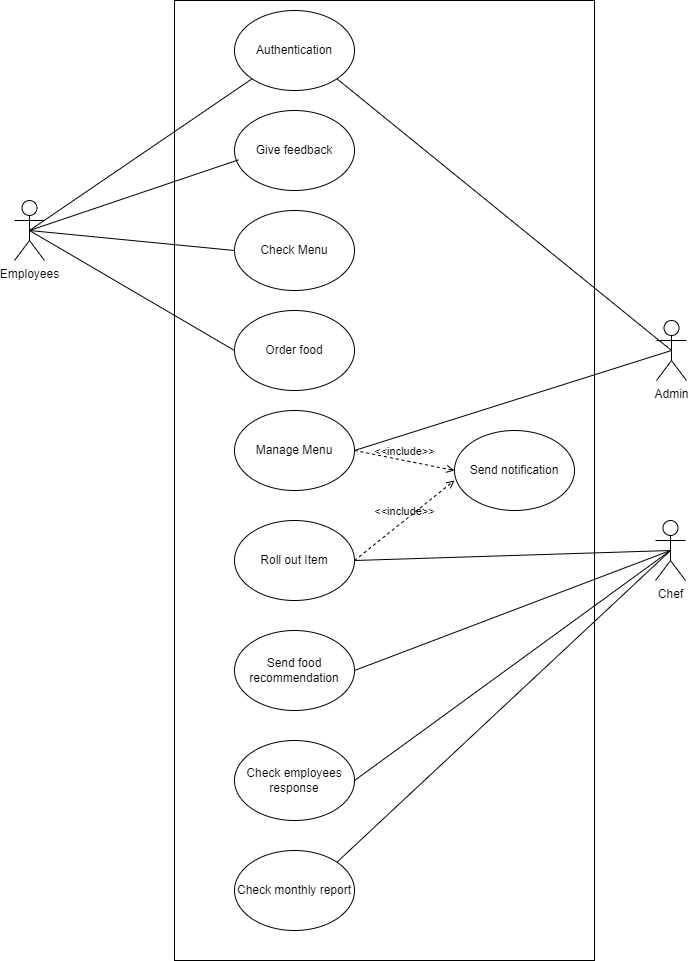
Earlier version of the draw.io export uml diagramas/L&C-usecase.drawio.png (RiaMishra-ITT/Cafeteria-Recommendation-Engine). Source tidied: cells renumbered, new cells last; positions are measured from the earlier drawing's top-left corner, leaving out a move shared by most shapes.
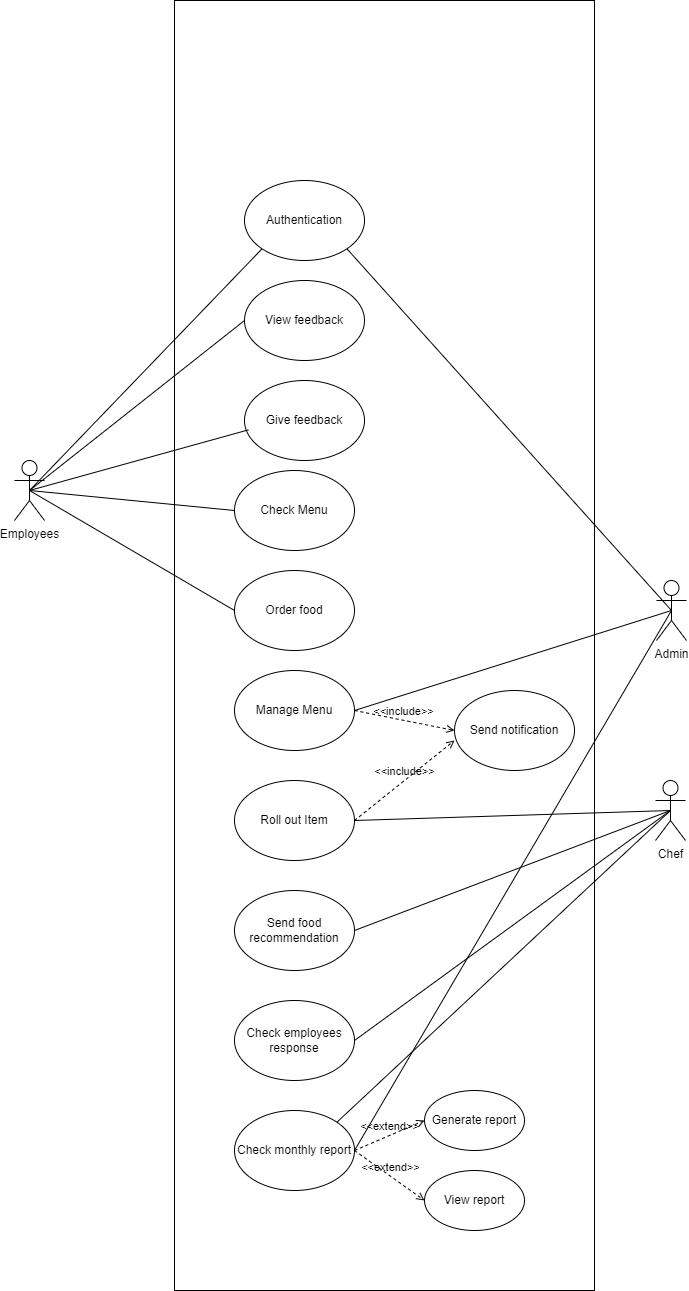
After the commit.

Change to the diagram source:
```diff
@@ -3,16 +3,16 @@
     <mxCell id="0" />
     <mxCell id="1" parent="0" />
     <mxCell id="2" style="rounded=0;whiteSpace=wrap;html=1;" parent="1" vertex="1">
-      <mxGeometry x="160" width="420" height="960" as="geometry" />
+      <mxGeometry x="160" y="-260" width="420" height="1290" as="geometry" />
     </mxCell>
     <mxCell id="3" value="Employees" style="shape=umlActor;verticalLabelPosition=bottom;verticalAlign=top;html=1;outlineConnect=0;" parent="1" vertex="1">
       <mxGeometry y="200" width="30" height="60" as="geometry" />
     </mxCell>
     <mxCell id="4" value="Authentication" style="ellipse;whiteSpace=wrap;html=1;" parent="1" vertex="1">
-      <mxGeometry x="220" y="10" width="120" height="80" as="geometry" />
+      <mxGeometry x="230" y="-80" width="120" height="80" as="geometry" />
     </mxCell>
     <mxCell id="5" value="Give feedback" style="ellipse;whiteSpace=wrap;html=1;" parent="1" vertex="1">
-      <mxGeometry x="220" y="110" width="120" height="80" as="geometry" />
+      <mxGeometry x="230" y="120" width="120" height="80" as="geometry" />
     </mxCell>
     <mxCell id="6" value="Check Menu" style="ellipse;whiteSpace=wrap;html=1;" parent="1" vertex="1">
       <mxGeometry x="220" y="210" width="120" height="80" as="geometry" />
@@ -82,5 +82,26 @@
         <mxPoint x="440" y="480" as="targetPoint" />
       </mxGeometry>
     </mxCell>
+    <mxCell id="28" value="View feedback" style="ellipse;whiteSpace=wrap;html=1;" parent="1" vertex="1">
+      <mxGeometry x="230" y="20" width="120" height="80" as="geometry" />
+    </mxCell>
+    <mxCell id="29" style="endArrow=none;html=1;rounded=0;entryX=0;entryY=0.5;entryDx=0;entryDy=0;exitX=0.5;exitY=0.5;exitDx=0;exitDy=0;exitPerimeter=0;" parent="1" edge="1" source="3" target="28">
+      <mxGeometry relative="1" as="geometry" />
+    </mxCell>
+    <mxCell id="30" style="endArrow=none;html=1;rounded=0;entryX=0.5;entryY=0.5;entryDx=0;entryDy=0;entryPerimeter=0;exitX=1;exitY=0.5;exitDx=0;exitDy=0;" parent="1" edge="1" source="14" target="8">
+      <mxGeometry relative="1" as="geometry" />
+    </mxCell>
+    <mxCell id="31" value="Generate report" style="ellipse;whiteSpace=wrap;html=1;" parent="1" vertex="1">
+      <mxGeometry x="410" y="830" width="100" height="60" as="geometry" />
+    </mxCell>
+    <mxCell id="32" value="View report" style="ellipse;whiteSpace=wrap;html=1;" parent="1" vertex="1">
+      <mxGeometry x="410" y="910" width="100" height="60" as="geometry" />
+    </mxCell>
+    <mxCell id="33" value="&amp;lt;&amp;lt;extend&amp;gt;&amp;gt;" style="html=1;verticalAlign=bottom;labelBackgroundColor=none;endArrow=open;endFill=0;dashed=1;rounded=0;exitX=1;exitY=0.5;exitDx=0;exitDy=0;entryX=0;entryY=0.5;entryDx=0;entryDy=0;" parent="1" edge="1" source="14" target="31">
+      <mxGeometry relative="1" as="geometry" />
+    </mxCell>
+    <mxCell id="34" value="&amp;lt;&amp;lt;extend&amp;gt;&amp;gt;" style="html=1;verticalAlign=bottom;labelBackgroundColor=none;endArrow=open;endFill=0;dashed=1;rounded=0;exitX=1;exitY=0.5;exitDx=0;exitDy=0;entryX=0;entryY=0.5;entryDx=0;entryDy=0;" parent="1" edge="1" source="14" target="32">
+      <mxGeometry relative="1" as="geometry" />
+    </mxCell>
   </root>
 </mxGraphModel>
```
